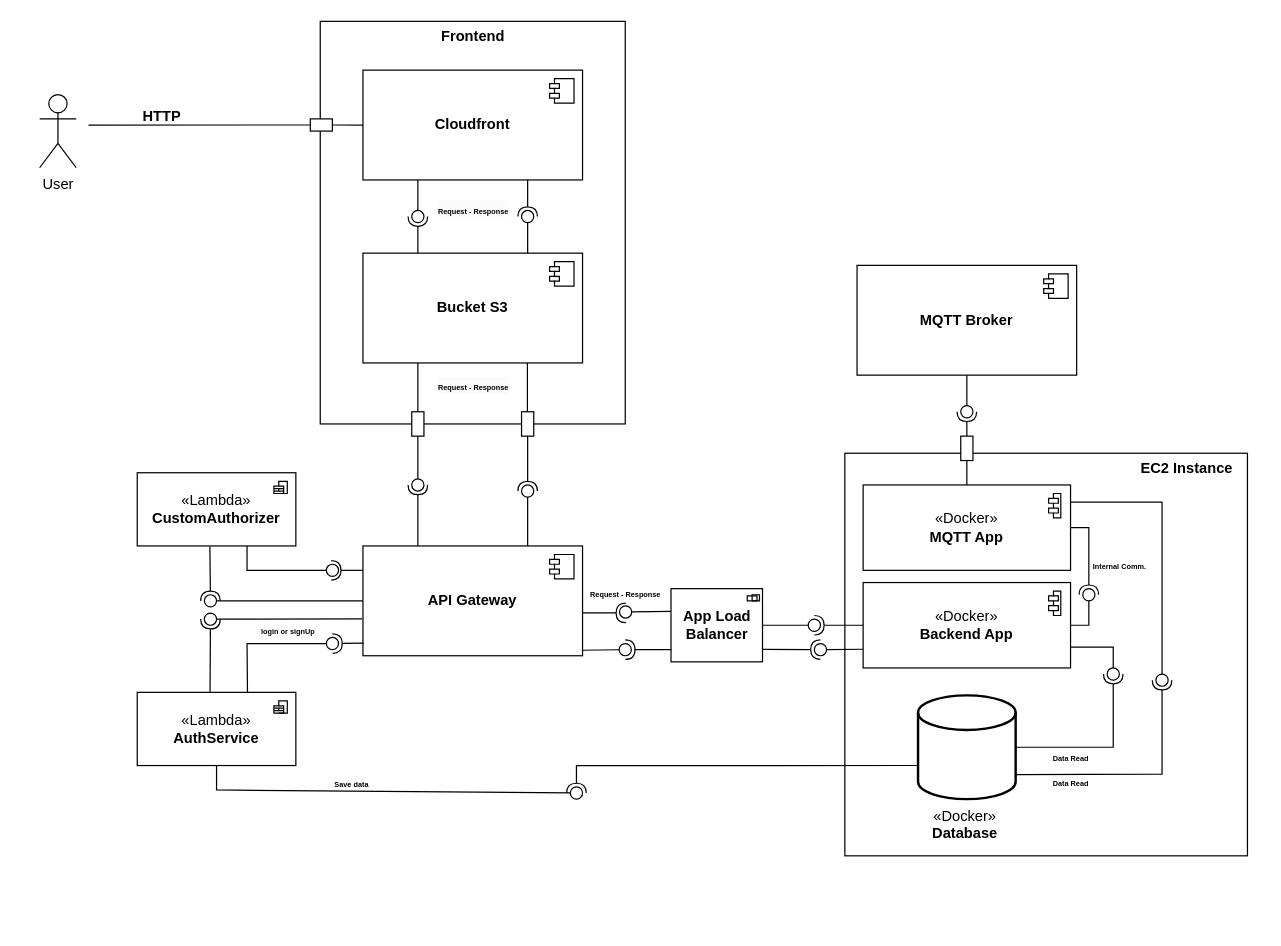
This is UML_E1.drawio from dgolzm/E1-Arqui-UML, a draw.io file, before an edit. Source tidied: cells renumbered, new cells numbered last; positions are measured from the earlier drawing's top-left corner, leaving out a move shared by most shapes. Both pictures are drawn from the tidied source at 122%, with x=0, y=0 at pixel (21, 21).
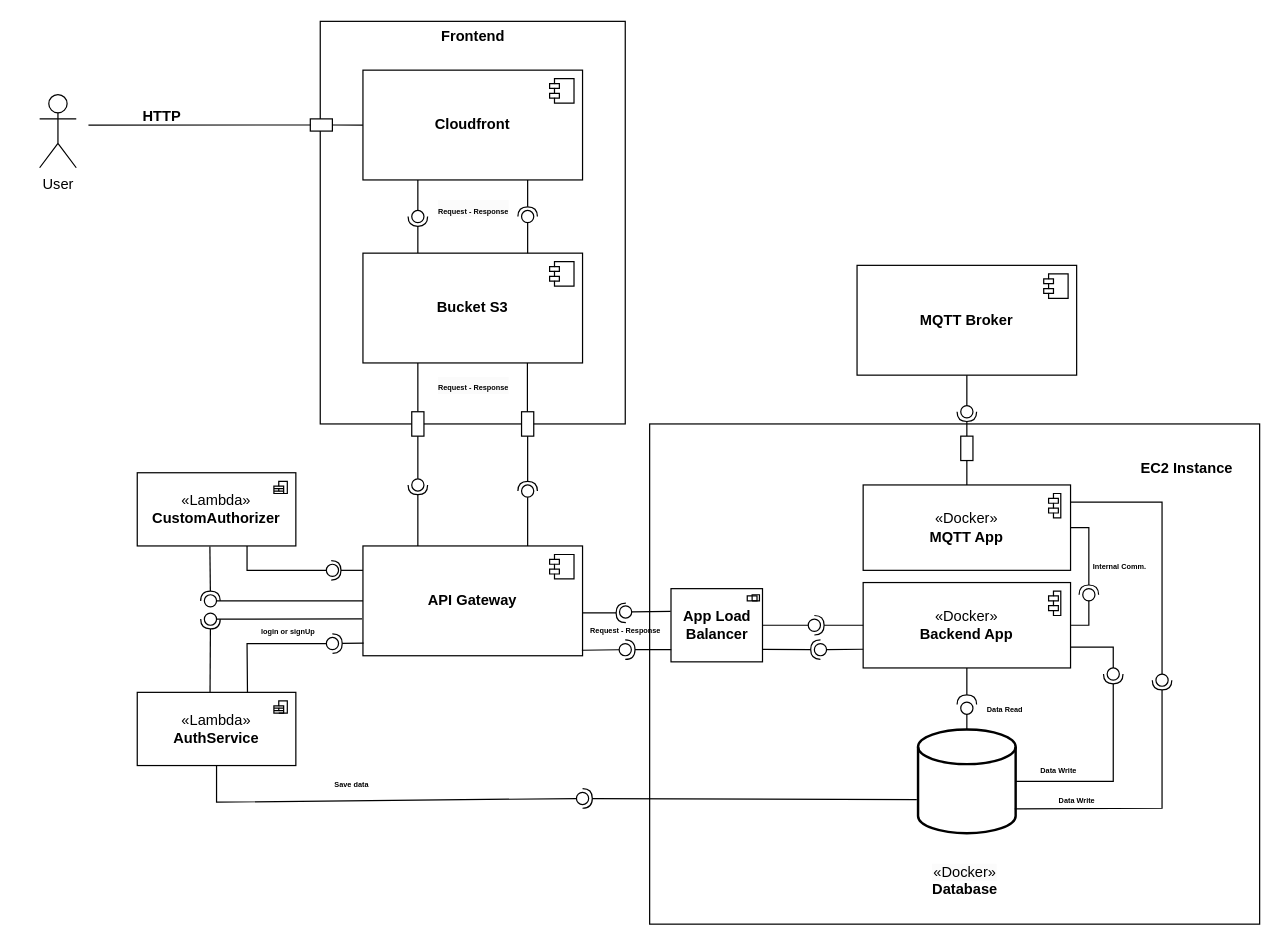
The same page after the edit.

Unchanged cells that the change refers to:
```xml
<mxCell id="18" value="&lt;div&gt;«Docker»&lt;b&gt;&lt;br&gt;&lt;/b&gt;&lt;/div&gt;&lt;b&gt;Backend App&lt;/b&gt;" style="html=1;whiteSpace=wrap;" parent="1" vertex="1">
  <mxGeometry x="690" y="460" width="170" height="70" as="geometry" />
</mxCell>
<mxCell id="31" value="&lt;div&gt;«Lambda»&lt;br&gt;&lt;/div&gt;&lt;b&gt;AuthService&lt;/b&gt;" style="html=1;whiteSpace=wrap;" parent="1" vertex="1">
  <mxGeometry x="95" y="550" width="130" height="60" as="geometry" />
</mxCell>
<mxCell id="38" value="&lt;b&gt;Bucket S3&lt;/b&gt;" style="html=1;whiteSpace=wrap;" parent="1" vertex="1">
  <mxGeometry x="280" y="190" width="180" height="90" as="geometry" />
</mxCell>
<mxCell id="79" style="ellipse;whiteSpace=wrap;html=1;align=center;fillColor=none;strokeColor=none;perimeter=centerPerimeter;points=[];outlineConnect=1;" parent="1" vertex="1">
  <mxGeometry x="890" y="530" width="10" height="10" as="geometry" />
</mxCell>
```

The edit, as a diff of the source:
```diff
@@
+    <mxCell id="98" style="rounded=0;whiteSpace=wrap;html=1;" parent="1" vertex="1">
+      <mxGeometry x="515" y="330" width="500" height="410" as="geometry" />
+    </mxCell>
@@
     <mxCell id="8" style="rounded=0;jettySize=auto;html=1;endArrow=halfCircle;endFill=0;endSize=6;strokeWidth=1;sketch=0;exitX=0.25;exitY=0;exitDx=0;exitDy=0;" parent="1" edge="1" source="38">
       <mxGeometry relative="1" as="geometry">
         <mxPoint x="325" y="160" as="targetPoint" />
+        <Array as="points">
+          <mxPoint x="325" y="180" />
+        </Array>
       </mxGeometry>
     </mxCell>
@@
-    <mxCell id="14" style="html=1;whiteSpace=wrap;" parent="1" vertex="1">
-      <mxGeometry x="675" y="354" width="330" height="330" as="geometry" />
-    </mxCell>
@@
     <mxCell id="59" value="&lt;b&gt;&lt;span style=&quot;&quot;&gt;&lt;font style=&quot;font-size: 6px;&quot;&gt;Request -&amp;nbsp;&lt;/font&gt;&lt;/span&gt;&lt;span style=&quot;font-size: 6px; background-color: initial;&quot;&gt;Response&lt;/span&gt;&lt;/b&gt;" style="text;align=center;fontStyle=0;verticalAlign=middle;spacingLeft=3;spacingRight=3;strokeColor=none;html=1;" parent="1" vertex="1">
-      <mxGeometry x="455" y="455" width="80" height="26" as="geometry" />
+      <mxGeometry x="455" y="485" width="80" height="26" as="geometry" />
     </mxCell>
@@
     <mxCell id="64" style="strokeWidth=2;html=1;shape=mxgraph.flowchart.database;whiteSpace=wrap;" parent="1" vertex="1">
-      <mxGeometry x="735" y="552.5" width="80" height="85" as="geometry" />
+      <mxGeometry x="735" y="580.5" width="80" height="85" as="geometry" />
     </mxCell>
     <mxCell id="65" value="&lt;div style=&quot;forced-color-adjust: none; color: rgb(0, 0, 0); font-family: Helvetica; font-size: 12px; font-style: normal; font-variant-ligatures: normal; font-variant-caps: normal; font-weight: 400; letter-spacing: normal; orphans: 2; text-align: center; text-indent: 0px; text-transform: none; widows: 2; word-spacing: 0px; -webkit-text-stroke-width: 0px; white-space: normal; background-color: rgb(251, 251, 251); text-decoration-thickness: initial; text-decoration-style: initial; text-decoration-color: initial;&quot;&gt;«Docker»&lt;br style=&quot;forced-color-adjust: none;&quot;&gt;&lt;/div&gt;&lt;div style=&quot;text-align: center;&quot;&gt;&lt;span style=&quot;background-color: initial;&quot;&gt;&lt;b&gt;Database&lt;/b&gt;&lt;/span&gt;&lt;/div&gt;" style="text;whiteSpace=wrap;html=1;" parent="1" vertex="1">
-      <mxGeometry x="745" y="637.5" width="60" height="50" as="geometry" />
+      <mxGeometry x="745" y="684" width="60" height="50" as="geometry" />
     </mxCell>
     <mxCell id="66" style="rounded=0;jettySize=auto;html=1;endArrow=halfCircle;endFill=0;endSize=6;strokeWidth=1;sketch=0;exitX=-0.013;exitY=0.676;exitDx=0;exitDy=0;exitPerimeter=0;" parent="1" edge="1" source="64" target="68">
-      <mxGeometry relative="1" as="geometry">
-        <Array as="points">
-          <mxPoint x="455" y="610" />
-        </Array>
-      </mxGeometry>
+      <mxGeometry relative="1" as="geometry" />
     </mxCell>
     <mxCell id="67" style="rounded=0;jettySize=auto;html=1;endArrow=oval;endFill=0;sketch=0;sourcePerimeterSpacing=0;targetPerimeterSpacing=0;endSize=10;exitX=0.5;exitY=1;exitDx=0;exitDy=0;" parent="1" edge="1" source="31" target="68">
       <mxGeometry relative="1" as="geometry">
         <Array as="points">
-          <mxPoint x="160" y="630" />
+          <mxPoint x="160" y="640" />
         </Array>
       </mxGeometry>
     </mxCell>
     <mxCell id="68" style="ellipse;whiteSpace=wrap;html=1;align=center;fillColor=none;strokeColor=none;perimeter=centerPerimeter;points=[];outlineConnect=1;" parent="1" vertex="1">
-      <mxGeometry x="450" y="627.5" width="10" height="10" as="geometry" />
+      <mxGeometry x="455" y="632" width="10" height="10" as="geometry" />
     </mxCell>
@@
     <mxCell id="77" style="rounded=0;jettySize=auto;html=1;endArrow=halfCircle;endFill=0;endSize=6;strokeWidth=1;sketch=0;exitX=1;exitY=0.5;exitDx=0;exitDy=0;exitPerimeter=0;" parent="1" edge="1" source="64" target="79">
       <mxGeometry relative="1" as="geometry">
         <Array as="points">
-          <mxPoint x="895" y="595" />
+          <mxPoint x="895" y="623" />
         </Array>
       </mxGeometry>
     </mxCell>
@@
-    <mxCell id="91" value="&lt;span style=&quot;font-size: 6px;&quot;&gt;&lt;b&gt;Data Read&lt;/b&gt;&lt;/span&gt;" style="text;align=center;fontStyle=0;verticalAlign=middle;spacingLeft=3;spacingRight=3;strokeColor=none;html=1;" parent="1" vertex="1">
-      <mxGeometry x="835" y="590" width="50" height="26" as="geometry" />
+    <mxCell id="91" value="&lt;span style=&quot;font-size: 6px;&quot;&gt;&lt;b&gt;Data Write&lt;/b&gt;&lt;/span&gt;" style="text;align=center;fontStyle=0;verticalAlign=middle;spacingLeft=3;spacingRight=3;strokeColor=none;html=1;" parent="1" vertex="1">
+      <mxGeometry x="825" y="600" width="50" height="26" as="geometry" />
     </mxCell>
@@
     <mxCell id="93" style="rounded=0;jettySize=auto;html=1;endArrow=halfCircle;endFill=0;endSize=6;strokeWidth=1;sketch=0;exitX=0.991;exitY=0.764;exitDx=0;exitDy=0;exitPerimeter=0;" parent="1" edge="1" source="64">
       <mxGeometry relative="1" as="geometry">
         <mxPoint x="935" y="540" as="targetPoint" />
         <Array as="points">
-          <mxPoint x="935" y="617" />
+          <mxPoint x="935" y="645" />
         </Array>
       </mxGeometry>
     </mxCell>
-    <mxCell id="94" value="&lt;span style=&quot;font-size: 6px;&quot;&gt;&lt;b&gt;Data Read&lt;/b&gt;&lt;/span&gt;" style="text;align=center;fontStyle=0;verticalAlign=middle;spacingLeft=3;spacingRight=3;strokeColor=none;html=1;" parent="1" vertex="1">
-      <mxGeometry x="835" y="610" width="50" height="26" as="geometry" />
+    <mxCell id="94" value="&lt;span style=&quot;font-size: 6px;&quot;&gt;&lt;b&gt;Data Write&lt;/b&gt;&lt;/span&gt;" style="text;align=center;fontStyle=0;verticalAlign=middle;spacingLeft=3;spacingRight=3;strokeColor=none;html=1;" parent="1" vertex="1">
+      <mxGeometry x="840" y="624" width="50" height="26" as="geometry" />
     </mxCell>
@@
+    <mxCell id="99" style="rounded=0;jettySize=auto;html=1;endArrow=halfCircle;endFill=0;endSize=6;strokeWidth=1;sketch=0;exitX=0.5;exitY=1;exitDx=0;exitDy=0;" parent="1" edge="1" source="18">
+      <mxGeometry relative="1" as="geometry">
+        <mxPoint x="775" y="560" as="targetPoint" />
+      </mxGeometry>
+    </mxCell>
+    <mxCell id="100" style="rounded=0;jettySize=auto;html=1;endArrow=oval;endFill=0;sketch=0;sourcePerimeterSpacing=0;targetPerimeterSpacing=0;endSize=10;exitX=0.5;exitY=0;exitDx=0;exitDy=0;exitPerimeter=0;entryX=0.6;entryY=0.893;entryDx=0;entryDy=0;entryPerimeter=0;" parent="1" edge="1" source="64" target="101">
+      <mxGeometry relative="1" as="geometry" />
+    </mxCell>
+    <mxCell id="101" style="ellipse;whiteSpace=wrap;html=1;align=center;fillColor=none;strokeColor=none;perimeter=centerPerimeter;points=[];outlineConnect=1;" parent="1" vertex="1">
+      <mxGeometry x="770" y="558" width="10" height="10" as="geometry" />
+    </mxCell>
+    <mxCell id="102" value="&lt;span style=&quot;font-size: 6px;&quot;&gt;&lt;b&gt;Data Read&lt;/b&gt;&lt;/span&gt;" style="text;align=center;fontStyle=0;verticalAlign=middle;spacingLeft=3;spacingRight=3;strokeColor=none;html=1;" parent="1" vertex="1">
+      <mxGeometry x="780.5" y="550" width="50" height="26" as="geometry" />
+    </mxCell>
```
